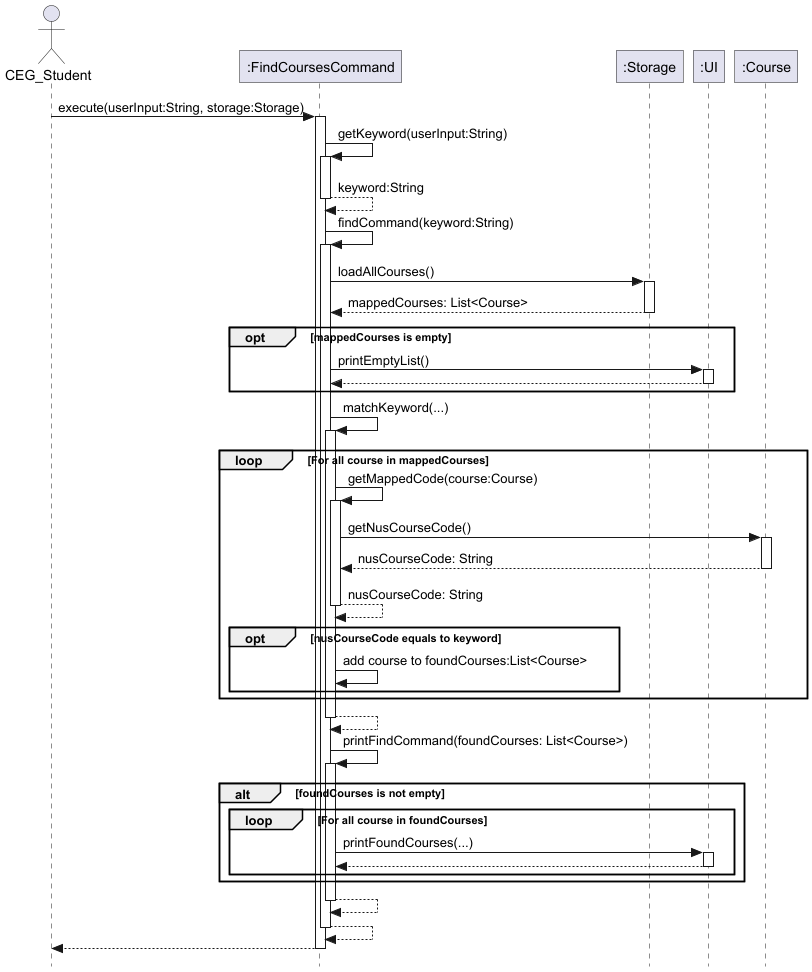
Before: docs/images/FindCoursesCommand.png, a diagram exported from PlantUML (nus-cs2113-AY2425S1/tp).
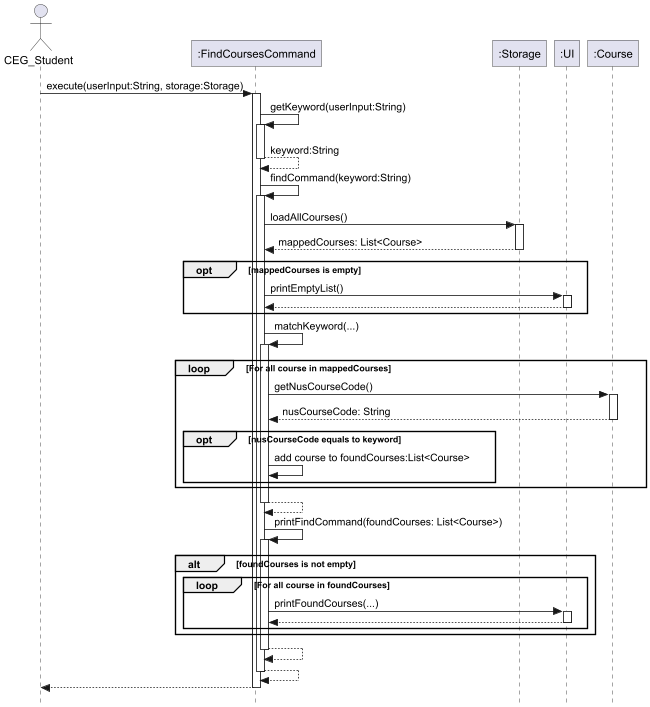
The same file after the commit.

Commit message:
Modify sequence diagram to make it simpler

What changed in the source:
```diff
@@ -33,11 +33,10 @@
 FindCoursesCommand -> FindCoursesCommand: matchKeyword(...)
 activate FindCoursesCommand
 loop For all course in mappedCourses
-FindCoursesCommand -> FindCoursesCommand: getMappedCode(course:Course)
-activate FindCoursesCommand
+
 FindCoursesCommand -> Course: getNusCourseCode()
 activate Course
-return nusCourseCode: String
+
 return nusCourseCode: String
 
 opt nusCourseCode equals to keyword
```
